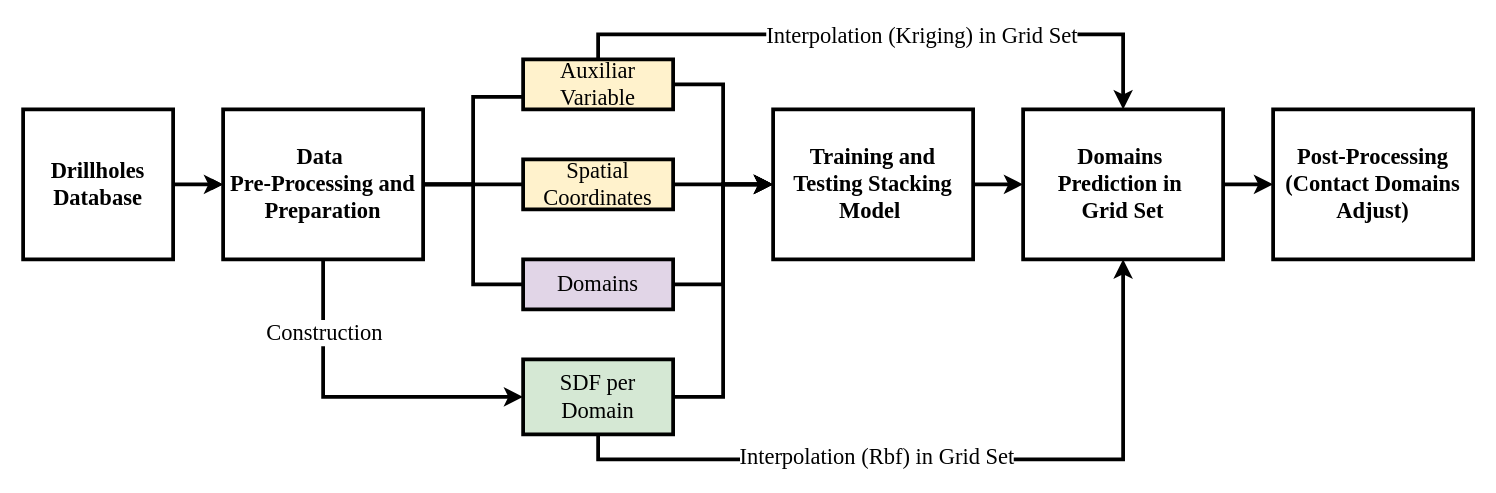
Earlier version of the draw.io diagram flow_geology_research.drawio (heberallin/Trabajos). Source tidied: cells renumbered, new cells numbered last; positions are measured from the earlier drawing's top-left corner, leaving out a move shared by most shapes. Both pictures are drawn from the tidied source at 125%, with x=0, y=0 at pixel (22, 59).
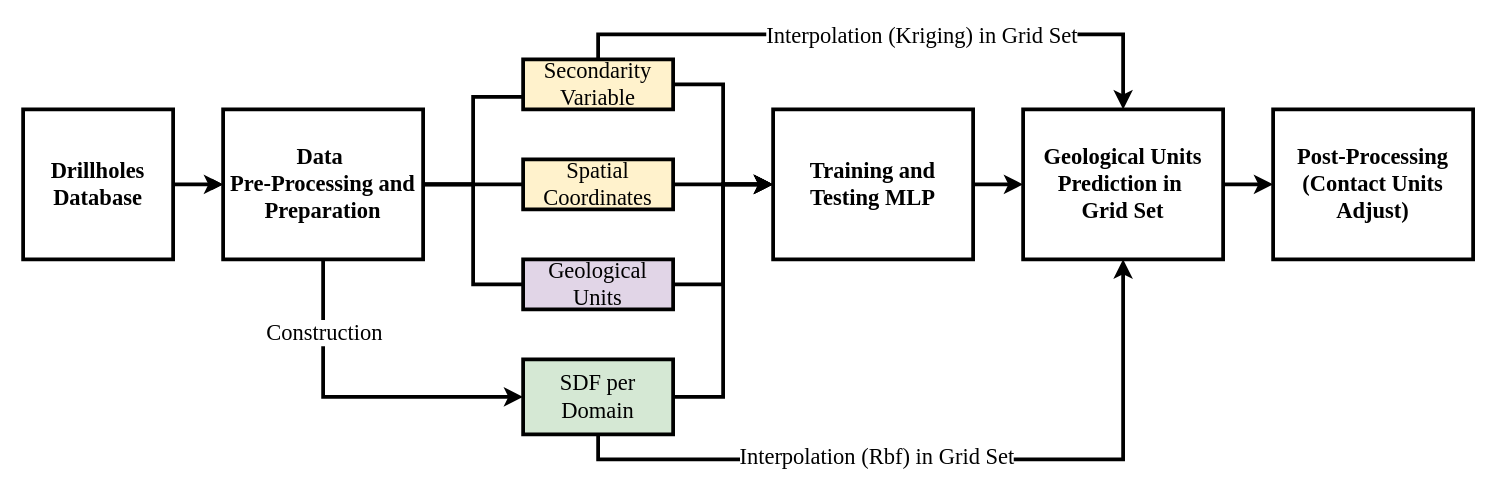
Above is the later version.

Diff of the diagram source:
```diff
@@
-    <mxCell id="11" value="&lt;font&gt;Training and Testing Stacking Model&amp;nbsp;&lt;/font&gt;" style="rounded=0;whiteSpace=wrap;html=1;strokeWidth=3;fillStyle=auto;glass=0;shadow=0;fontFamily=Times New Roman;fontSize=18;fontStyle=1;" parent="1" vertex="1">
+    <mxCell id="11" value="&lt;font&gt;Training and Testing MLP&lt;/font&gt;" style="rounded=0;whiteSpace=wrap;html=1;strokeWidth=3;fillStyle=auto;glass=0;shadow=0;fontFamily=Times New Roman;fontSize=18;fontStyle=1;" parent="1" vertex="1">
       <mxGeometry x="600" y="40" width="160" height="120" as="geometry" />
     </mxCell>
@@
-    <mxCell id="15" value="Auxiliar Variable" style="rounded=0;whiteSpace=wrap;html=1;strokeWidth=3;fillStyle=auto;glass=0;shadow=0;fontFamily=Times New Roman;fontSize=18;fillColor=#fff2cc;strokeColor=#000000;fontStyle=0;" parent="1" vertex="1">
+    <mxCell id="15" value="Secondarity Variable" style="rounded=0;whiteSpace=wrap;html=1;strokeWidth=3;fillStyle=auto;glass=0;shadow=0;fontFamily=Times New Roman;fontSize=18;fillColor=#fff2cc;strokeColor=#000000;fontStyle=0;" parent="1" vertex="1">
       <mxGeometry x="400" width="120" height="40" as="geometry" />
     </mxCell>
@@
-    <mxCell id="23" value="&lt;font&gt;Domains&lt;/font&gt;" style="rounded=0;whiteSpace=wrap;html=1;strokeWidth=3;fillStyle=auto;glass=0;shadow=0;fontFamily=Times New Roman;fontSize=18;fillColor=#e1d5e7;strokeColor=#000000;fontStyle=0;" parent="1" vertex="1">
+    <mxCell id="23" value="Geological Units" style="rounded=0;whiteSpace=wrap;html=1;strokeWidth=3;fillStyle=auto;glass=0;shadow=0;fontFamily=Times New Roman;fontSize=18;fillColor=#e1d5e7;strokeColor=#000000;fontStyle=0;" parent="1" vertex="1">
       <mxGeometry x="400" y="160" width="120" height="40" as="geometry" />
     </mxCell>
@@
-    <mxCell id="26" value="&lt;font&gt;Domains&amp;nbsp;&lt;/font&gt;&lt;div&gt;&lt;font&gt;Prediction in&amp;nbsp;&lt;/font&gt;&lt;/div&gt;&lt;div&gt;&lt;font&gt;Grid Set&lt;/font&gt;&lt;/div&gt;" style="rounded=0;whiteSpace=wrap;html=1;strokeWidth=3;fillStyle=auto;glass=0;shadow=0;fontFamily=Times New Roman;fontSize=18;fontStyle=1;" parent="1" vertex="1">
+    <mxCell id="26" value="&lt;font&gt;Geological Units&lt;/font&gt;&lt;div&gt;&lt;font&gt;Prediction in&amp;nbsp;&lt;/font&gt;&lt;/div&gt;&lt;div&gt;&lt;font&gt;Grid Set&lt;/font&gt;&lt;/div&gt;" style="rounded=0;whiteSpace=wrap;html=1;strokeWidth=3;fillStyle=auto;glass=0;shadow=0;fontFamily=Times New Roman;fontSize=18;fontStyle=1;" parent="1" vertex="1">
       <mxGeometry x="800" y="40" width="160" height="120" as="geometry" />
     </mxCell>
-    <mxCell id="27" value="Post-Processing (Contact Domains Adjust)" style="rounded=0;whiteSpace=wrap;html=1;strokeWidth=3;fillStyle=auto;glass=0;shadow=0;fontFamily=Times New Roman;fontSize=18;fontStyle=1;" parent="1" vertex="1">
+    <mxCell id="27" value="Post-Processing (Contact Units Adjust)" style="rounded=0;whiteSpace=wrap;html=1;strokeWidth=3;fillStyle=auto;glass=0;shadow=0;fontFamily=Times New Roman;fontSize=18;fontStyle=1;" parent="1" vertex="1">
       <mxGeometry x="1000" y="40" width="160" height="120" as="geometry" />
     </mxCell>
```
